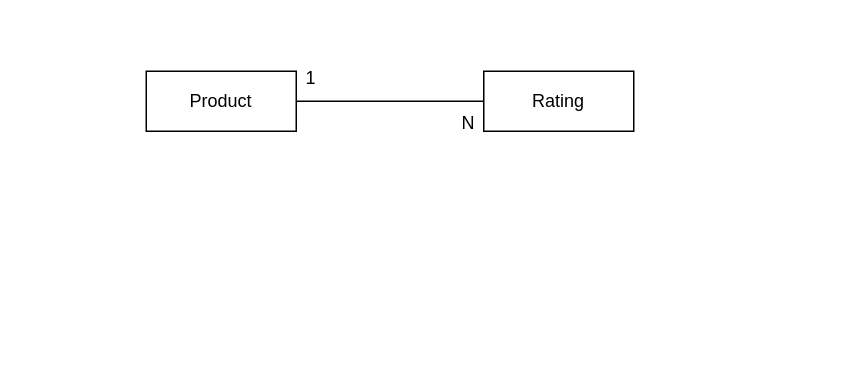
The draw.io diagram docs/imgs/scenario/scenario_data_model.drawio in ceedee666/modern-abap-curriculum, before the edit. Source tidied: cells renumbered, new cells numbered last; positions are measured from the earlier drawing's top-left corner, leaving out a move shared by most shapes. Both pictures are drawn from the tidied source at 150%, with x=0, y=0 at pixel (146, 56).
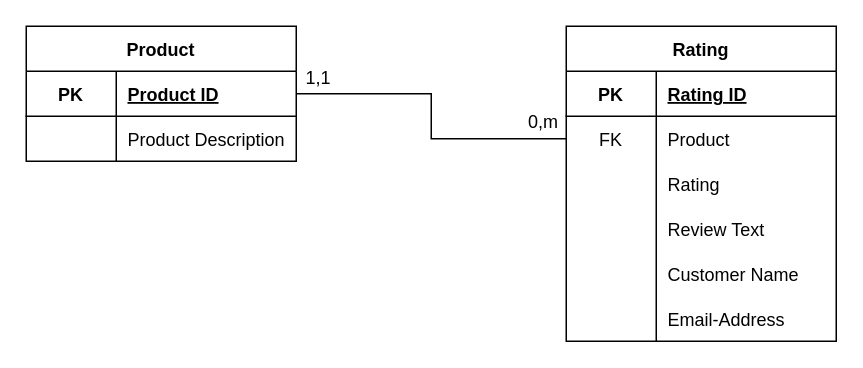
The same page after the edit.

Commit message (it also covers changes not shown here):
work in progress of the database model

Change to the diagram source:
```diff
@@
-    <mxCell id="2" style="edgeStyle=orthogonalEdgeStyle;rounded=0;jettySize=auto;html=1;exitX=1;exitY=0.5;exitDx=0;exitDy=0;entryX=0;entryY=0.5;entryDx=0;entryDy=0;endArrow=none;endFill=0;" parent="1" edge="1" source="3" target="4">
-      <mxGeometry relative="1" as="geometry">
-        <Array as="points">
-          <mxPoint x="155" y="30" />
-          <mxPoint x="155" y="30" />
-        </Array>
-      </mxGeometry>
-    </mxCell>
-    <mxCell id="3" value="Product" style="whiteSpace=wrap;html=1;align=center;" parent="1" vertex="1">
-      <mxGeometry y="10" width="100" height="40" as="geometry" />
-    </mxCell>
-    <mxCell id="4" value="Rating" style="whiteSpace=wrap;html=1;align=center;" parent="1" vertex="1">
-      <mxGeometry x="225" y="10" width="100" height="40" as="geometry" />
-    </mxCell>
-    <mxCell id="5" value="1" style="text;html=1;strokeColor=none;fillColor=none;align=center;verticalAlign=middle;whiteSpace=wrap;rounded=0;" parent="1" vertex="1">
-      <mxGeometry x="100" width="20" height="30" as="geometry" />
+    <mxCell id="5" value="1,1" style="text;html=1;strokeColor=none;fillColor=none;align=center;verticalAlign=middle;whiteSpace=wrap;rounded=0;" parent="1" vertex="1">
+      <mxGeometry x="100" width="30" height="30" as="geometry" />
     </mxCell>
-    <mxCell id="6" value="N" style="text;html=1;strokeColor=none;fillColor=none;align=center;verticalAlign=middle;whiteSpace=wrap;rounded=0;" parent="1" vertex="1">
-      <mxGeometry x="205" y="30" width="20" height="30" as="geometry" />
-    </mxCell>
+    <mxCell id="7" value="Product" style="shape=table;startSize=30;childLayout=tableLayout;rowLines=0;fontStyle=1;align=center;" parent="1" vertex="1">
+      <mxGeometry x="-80" y="-20" width="180" height="90" as="geometry" />
+    </mxCell>
+    <mxCell id="8" style="shape=tableRow;horizontal=0;startSize=0;swimlaneHead=0;swimlaneBody=0;fillColor=none;points=[[0,0.5],[1,0.5]];portConstraint=eastwest;top=0;left=0;right=0;bottom=1;" parent="7" vertex="1">
+      <mxGeometry y="30" width="180" height="30" as="geometry" />
+    </mxCell>
+    <mxCell id="9" value="PK" style="shape=partialRectangle;fillColor=none;top=0;left=0;bottom=0;right=0;fontStyle=1;overflow=hidden;" parent="8" vertex="1">
+      <mxGeometry width="60" height="30" as="geometry" />
+    </mxCell>
+    <mxCell id="10" value="Product ID" style="shape=partialRectangle;fillColor=none;top=0;left=0;bottom=0;right=0;align=left;spacingLeft=6;fontStyle=5;overflow=hidden;" parent="8" vertex="1">
+      <mxGeometry x="60" width="120" height="30" as="geometry" />
+    </mxCell>
+    <mxCell id="11" style="shape=tableRow;horizontal=0;startSize=0;swimlaneHead=0;swimlaneBody=0;fillColor=none;top=0;left=0;right=0;bottom=0;" parent="7" vertex="1">
+      <mxGeometry y="60" width="180" height="30" as="geometry" />
+    </mxCell>
+    <mxCell id="12" style="shape=partialRectangle;fillColor=none;top=0;left=0;bottom=0;right=0;overflow=hidden;" parent="11" vertex="1">
+      <mxGeometry width="60" height="30" as="geometry" />
+    </mxCell>
+    <mxCell id="13" value="Product Description" style="shape=partialRectangle;fillColor=none;top=0;left=0;bottom=0;right=0;align=left;spacingLeft=6;overflow=hidden;" parent="11" vertex="1">
+      <mxGeometry x="60" width="120" height="30" as="geometry" />
+    </mxCell>
+    <mxCell id="14" value="Rating" style="shape=table;startSize=30;childLayout=tableLayout;rowLines=0;fontStyle=1;align=center;" parent="1" vertex="1">
+      <mxGeometry x="280" y="-20" width="180" height="210" as="geometry" />
+    </mxCell>
+    <mxCell id="15" style="shape=tableRow;horizontal=0;startSize=0;swimlaneHead=0;swimlaneBody=0;fillColor=none;top=0;left=0;right=0;bottom=1;" parent="14" vertex="1">
+      <mxGeometry y="30" width="180" height="30" as="geometry" />
+    </mxCell>
+    <mxCell id="16" value="PK" style="shape=partialRectangle;fillColor=none;top=0;left=0;bottom=0;right=0;fontStyle=1;overflow=hidden;" parent="15" vertex="1">
+      <mxGeometry width="60" height="30" as="geometry" />
+    </mxCell>
+    <mxCell id="17" value="Rating ID" style="shape=partialRectangle;fillColor=none;top=0;left=0;bottom=0;right=0;align=left;spacingLeft=6;fontStyle=5;overflow=hidden;" parent="15" vertex="1">
+      <mxGeometry x="60" width="120" height="30" as="geometry" />
+    </mxCell>
+    <mxCell id="18" style="shape=tableRow;horizontal=0;startSize=0;swimlaneHead=0;swimlaneBody=0;fillColor=none;points=[[0,0.5],[1,0.5]];portConstraint=eastwest;top=0;left=0;right=0;bottom=0;" parent="14" vertex="1">
+      <mxGeometry y="60" width="180" height="30" as="geometry" />
+    </mxCell>
+    <mxCell id="19" value="FK" style="shape=partialRectangle;fillColor=none;top=0;left=0;bottom=0;right=0;overflow=hidden;" parent="18" vertex="1">
+      <mxGeometry width="60" height="30" as="geometry" />
+    </mxCell>
+    <mxCell id="20" value="Product" style="shape=partialRectangle;fillColor=none;top=0;left=0;bottom=0;right=0;align=left;spacingLeft=6;overflow=hidden;" parent="18" vertex="1">
+      <mxGeometry x="60" width="120" height="30" as="geometry" />
+    </mxCell>
+    <mxCell id="21" style="shape=tableRow;horizontal=0;startSize=0;swimlaneHead=0;swimlaneBody=0;fillColor=none;top=0;left=0;right=0;bottom=0;" parent="14" vertex="1">
+      <mxGeometry y="90" width="180" height="30" as="geometry" />
+    </mxCell>
+    <mxCell id="22" style="shape=partialRectangle;fillColor=none;top=0;left=0;bottom=0;right=0;overflow=hidden;" parent="21" vertex="1">
+      <mxGeometry width="60" height="30" as="geometry" />
+    </mxCell>
+    <mxCell id="23" value="Rating" style="shape=partialRectangle;fillColor=none;top=0;left=0;bottom=0;right=0;align=left;spacingLeft=6;overflow=hidden;" parent="21" vertex="1">
+      <mxGeometry x="60" width="120" height="30" as="geometry" />
+    </mxCell>
+    <mxCell id="24" style="shape=tableRow;horizontal=0;startSize=0;swimlaneHead=0;swimlaneBody=0;fillColor=none;top=0;left=0;right=0;bottom=0;" parent="14" vertex="1">
+      <mxGeometry y="120" width="180" height="30" as="geometry" />
+    </mxCell>
+    <mxCell id="25" style="shape=partialRectangle;fillColor=none;top=0;left=0;bottom=0;right=0;overflow=hidden;" parent="24" vertex="1">
+      <mxGeometry width="60" height="30" as="geometry" />
+    </mxCell>
+    <mxCell id="26" value="Review Text" style="shape=partialRectangle;fillColor=none;top=0;left=0;bottom=0;right=0;align=left;spacingLeft=6;overflow=hidden;" parent="24" vertex="1">
+      <mxGeometry x="60" width="120" height="30" as="geometry" />
+    </mxCell>
+    <mxCell id="27" style="shape=tableRow;horizontal=0;startSize=0;swimlaneHead=0;swimlaneBody=0;fillColor=none;top=0;left=0;right=0;bottom=0;" parent="14" vertex="1">
+      <mxGeometry y="150" width="180" height="30" as="geometry" />
+    </mxCell>
+    <mxCell id="28" style="shape=partialRectangle;fillColor=none;top=0;left=0;bottom=0;right=0;overflow=hidden;" parent="27" vertex="1">
+      <mxGeometry width="60" height="30" as="geometry" />
+    </mxCell>
+    <mxCell id="29" value="Customer Name" style="shape=partialRectangle;fillColor=none;top=0;left=0;bottom=0;right=0;align=left;spacingLeft=6;overflow=hidden;" parent="27" vertex="1">
+      <mxGeometry x="60" width="120" height="30" as="geometry" />
+    </mxCell>
+    <mxCell id="30" style="shape=tableRow;horizontal=0;startSize=0;swimlaneHead=0;swimlaneBody=0;fillColor=none;top=0;left=0;right=0;bottom=0;" parent="14" vertex="1">
+      <mxGeometry y="180" width="180" height="30" as="geometry" />
+    </mxCell>
+    <mxCell id="31" style="shape=partialRectangle;fillColor=none;top=0;left=0;bottom=0;right=0;overflow=hidden;" parent="30" vertex="1">
+      <mxGeometry width="60" height="30" as="geometry" />
+    </mxCell>
+    <mxCell id="32" value="Email-Address" style="shape=partialRectangle;fillColor=none;top=0;left=0;bottom=0;right=0;align=left;spacingLeft=6;overflow=hidden;" parent="30" vertex="1">
+      <mxGeometry x="60" width="120" height="30" as="geometry" />
+    </mxCell>
+    <mxCell id="33" style="edgeStyle=orthogonalEdgeStyle;rounded=0;jettySize=auto;html=1;exitX=0;exitY=0.5;exitDx=0;exitDy=0;entryX=1;entryY=0.5;entryDx=0;entryDy=0;strokeColor=none;endArrow=none;endFill=0;" parent="1" edge="1" source="18" target="8">
+      <mxGeometry relative="1" as="geometry" />
+    </mxCell>
+    <mxCell id="34" style="edgeStyle=orthogonalEdgeStyle;rounded=0;jettySize=auto;html=1;exitX=1;exitY=0.5;exitDx=0;exitDy=0;entryX=0;entryY=0.5;entryDx=0;entryDy=0;endArrow=none;endFill=0;" parent="1" edge="1" source="8" target="18">
+      <mxGeometry relative="1" as="geometry">
+        <Array as="points">
+          <mxPoint x="190" y="25" />
+          <mxPoint x="190" y="55" />
+        </Array>
+      </mxGeometry>
+    </mxCell>
+    <mxCell id="35" value="0,m" style="text;html=1;strokeColor=none;fillColor=none;align=center;verticalAlign=middle;whiteSpace=wrap;rounded=0;" parent="1" vertex="1">
+      <mxGeometry x="250" y="29" width="30" height="30" as="geometry" />
+    </mxCell>
```
